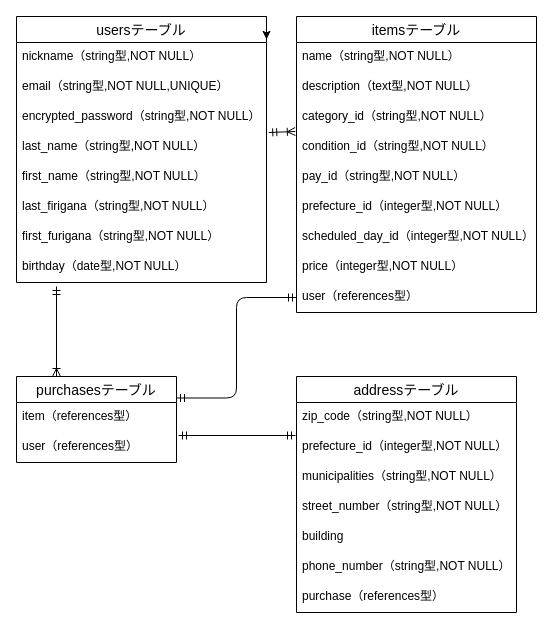
The draw.io diagram test.dio in mitoshima0913/furima-35500-2, before the edit. Source tidied: cells renumbered, new cells numbered last; positions are measured from the earlier drawing's top-left corner, leaving out a move shared by most shapes. Both pictures are drawn from the tidied source at 100%, with x=0, y=0 at pixel (16, 16).
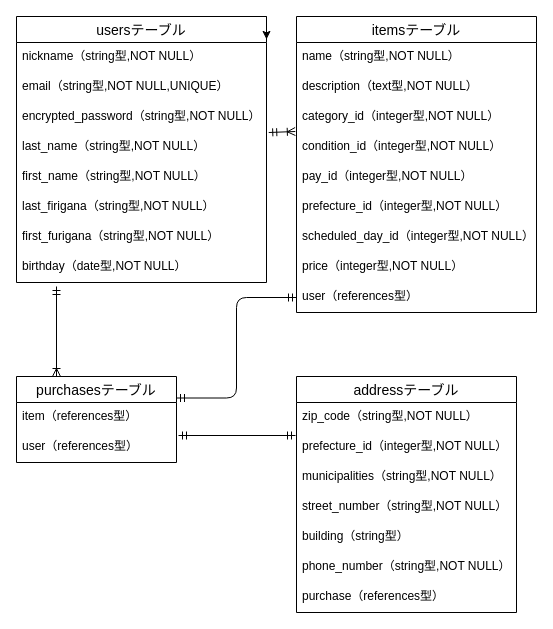
The same diagram, later.

The change refers to these unchanged cells:
```xml
<mxCell id="12" value="itemsテーブル" style="swimlane;fontStyle=0;horizontal=1;startSize=26;align=center;fontSize=14;" parent="1" vertex="1">
  <mxGeometry x="280" width="240" height="296" as="geometry" />
</mxCell>
<mxCell id="25" value="addressテーブル" style="swimlane;fontStyle=0;horizontal=1;startSize=26;align=center;fontSize=14;" parent="1" vertex="1">
  <mxGeometry x="280" y="360" width="220" height="236" as="geometry" />
</mxCell>
```

Change to the diagram source:
```diff
@@
-    <mxCell id="15" value="category_id（string型,NOT NULL）" style="text;strokeColor=none;fillColor=none;spacingLeft=4;spacingRight=4;overflow=hidden;points=[[0,0.5],[1,0.5]];portConstraint=eastwest;fontSize=12;" parent="12" vertex="1">
+    <mxCell id="15" value="category_id（integer型,NOT NULL）" style="text;strokeColor=none;fillColor=none;spacingLeft=4;spacingRight=4;overflow=hidden;points=[[0,0.5],[1,0.5]];portConstraint=eastwest;fontSize=12;" parent="12" vertex="1">
       <mxGeometry y="86" width="240" height="30" as="geometry" />
     </mxCell>
-    <mxCell id="16" value="condition_id（string型,NOT NULL）" style="text;strokeColor=none;fillColor=none;spacingLeft=4;spacingRight=4;overflow=hidden;fontSize=12;" parent="12" vertex="1">
+    <mxCell id="16" value="condition_id（integer型,NOT NULL）" style="text;strokeColor=none;fillColor=none;spacingLeft=4;spacingRight=4;overflow=hidden;fontSize=12;" parent="12" vertex="1">
       <mxGeometry y="116" width="240" height="30" as="geometry" />
     </mxCell>
-    <mxCell id="17" value="pay_id（string型,NOT NULL）" style="text;strokeColor=none;fillColor=none;spacingLeft=4;spacingRight=4;overflow=hidden;fontSize=12;" parent="12" vertex="1">
+    <mxCell id="17" value="pay_id（integer型,NOT NULL）" style="text;strokeColor=none;fillColor=none;spacingLeft=4;spacingRight=4;overflow=hidden;fontSize=12;" parent="12" vertex="1">
       <mxGeometry y="146" width="240" height="30" as="geometry" />
     </mxCell>
@@
-    <mxCell id="30" value="building" style="text;strokeColor=none;fillColor=none;spacingLeft=4;spacingRight=4;overflow=hidden;fontSize=12;" parent="25" vertex="1">
+    <mxCell id="30" value="building（string型）" style="text;strokeColor=none;fillColor=none;spacingLeft=4;spacingRight=4;overflow=hidden;fontSize=12;" parent="25" vertex="1">
       <mxGeometry y="146" width="220" height="30" as="geometry" />
     </mxCell>
```
